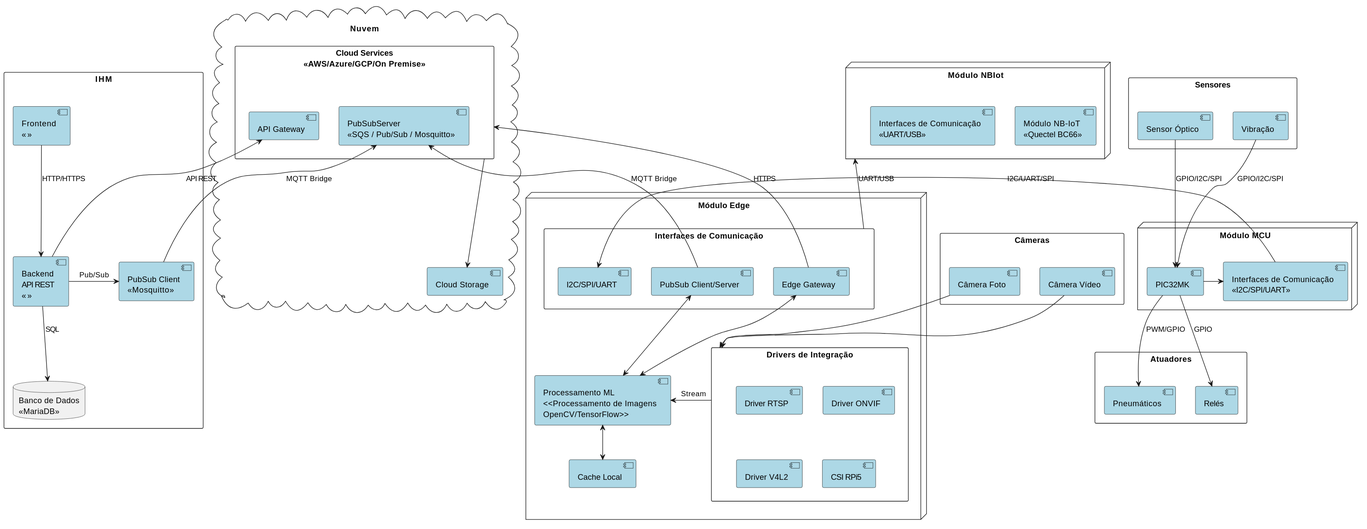
The PlantUML diagram diagramas_svg/DA-GERAL-0001.svg in Embrapac/diagramas, before a commit.
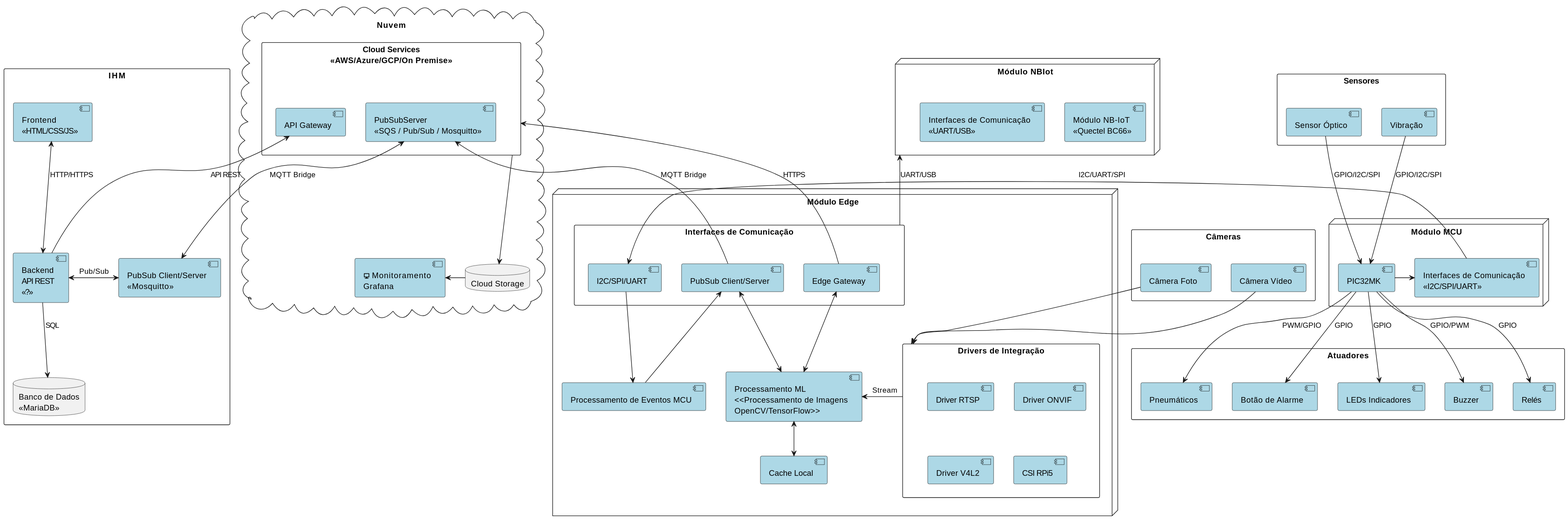
The same file after the commit.

Commit message:
atualiza diagrama arquitetural (SVG)

Change to the diagram source:
```diff
@@ -9,14 +9,14 @@
 }
 
 package "IHM" {
-    component [Frontend\n<< >>] as Frontend
-    component [Backend\nAPI REST\n<< >>] as Backend
+    component [Frontend\n<< HTML/CSS/JS >>] as Frontend
+    component [Backend\nAPI REST\n<< ? >>] as Backend
     database "Banco de Dados\n<<MariaDB>>" as DB
-    component [PubSub Client\n<<Mosquitto>>] as MQTTclient
+    component [PubSub Client/Server\n<<Mosquitto>>] as MQTTclient
 
-    Frontend -down-> Backend : HTTP/HTTPS
+    Frontend <-down-> Backend : HTTP/HTTPS
     Backend -down-> DB : SQL
-    Backend -left-> MQTTclient : Pub/Sub
+    Backend <-left-> MQTTclient : Pub/Sub
 }
 
 cloud "Nuvem" {
@@ -24,9 +24,11 @@
         component [API Gateway] as APIGW
         component [PubSubServer\n<<SQS / Pub/Sub / Mosquitto>>] as MQTTserver
     }
-    database [Cloud Storage] as CloudDB
+    database "Cloud Storage" as CloudDB
+    component "<&monitor> Monitoramento\nGrafana" as Monitoring
 
     Cloud -down-> CloudDB
+    Monitoring <-right- CloudDB
 }
 
 node "Módulo Edge" as EdgeNode {
@@ -38,10 +40,13 @@
     }
     component [Processamento ML\n<<Processamento de Imagens\nOpenCV/TensorFlow>>] as EdgeProcess
     component [Cache Local] as EdgeCache
+    component [Processamento de Eventos MCU] as EdgeMCUProc
 
     EdgeGateway <-down-> EdgeProcess
     EdgeProcess <-down-> EdgeCache
     EdgeMQTT <-down-> EdgeProcess
+    EdgeComm -down-> EdgeMCUProc
+    EdgeMCUProc -up-> EdgeMQTT
 
     package "Drivers de Integração" as Drivers {
         component [Driver RTSP] as DriverRTSP
@@ -69,6 +74,9 @@
 package "Atuadores" {
     component [Relés] as ActRelay
     component [Pneumáticos] as Pneum
+    component [Botão de Alarme] as AlarmBtn
+    component [LEDs Indicadores] as AlarmLED
+    component [Buzzer] as AlarmBuzzer
 }
 
 package "Câmeras" {
@@ -80,6 +88,9 @@
 SensorMov -down-> MCU : GPIO/I2C/SPI
 MCU -down-> ActRelay : GPIO
 MCU -down-> Pneum : PWM/GPIO
+MCU -down-> AlarmBtn : GPIO
+MCU -down-> AlarmLED : GPIO
+MCU -down-> AlarmBuzzer : GPIO/PWM
 
 MCU -right-> MCUComm
 MCUComm -right-> EdgeComm : I2C/UART/SPI
@@ -94,5 +105,5 @@
 EdgeIfcComm -up-> NBIoTNode : UART/USB
 
 Backend -up-> APIGW : API REST
-MQTTclient -up-> MQTTserver : MQTT Bridge
+MQTTclient <-up-> MQTTserver : MQTT Bridge
 @enduml
```
